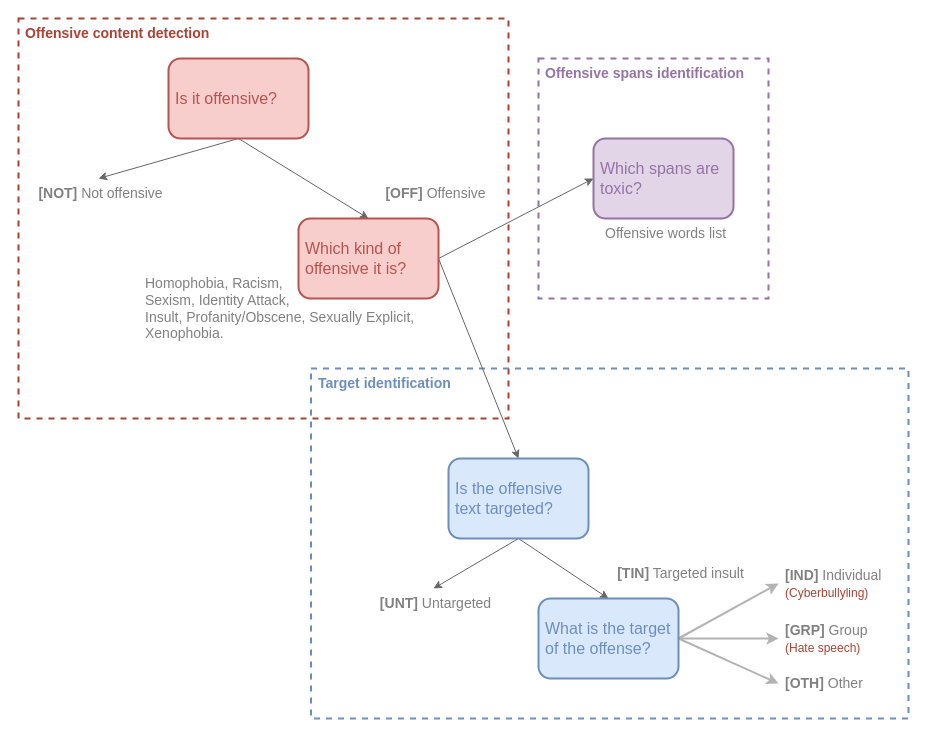
Earlier version of the draw.io diagram page "hierarchical_levels2" (2 of 3) of docs/diagrams/diagrams.drawio (DougTrajano/ToChiquinho). Source tidied: cells renumbered, new cells numbered last; positions are measured from the earlier drawing's top-left corner, leaving out a move shared by most shapes. Both pictures are drawn from the tidied source at 100%, with x=0, y=0 at pixel (18, 18).
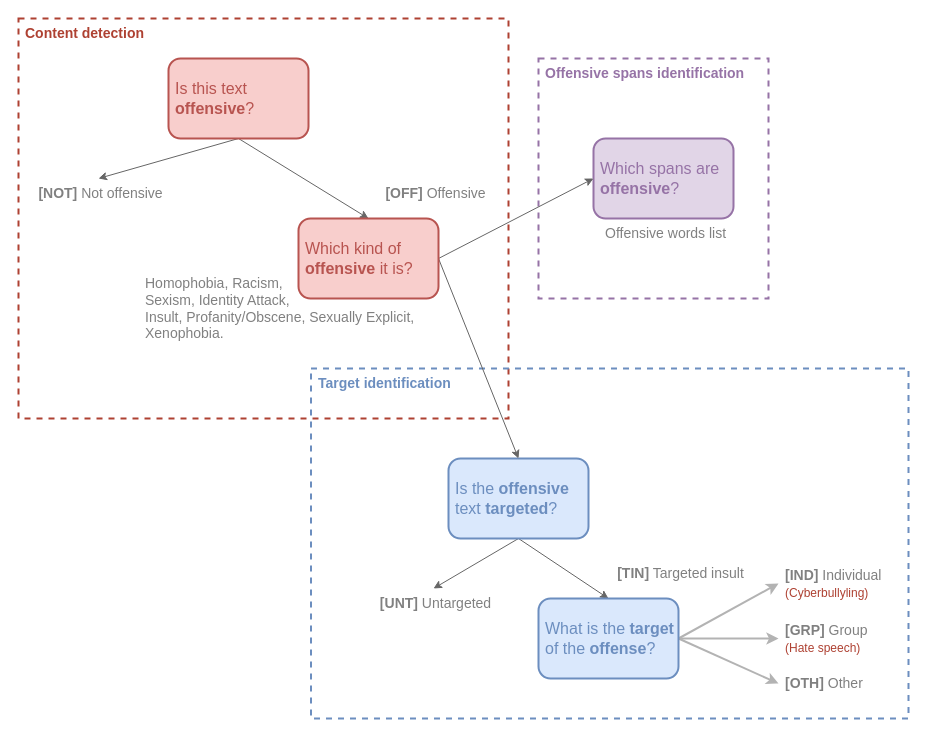
Above is the later version.

The edit, as a diff of the source:
```diff
@@
-    <mxCell id="3" value="Offensive content detection" style="rounded=0;whiteSpace=wrap;html=1;strokeColor=#ae4132;fillColor=none;verticalAlign=top;align=left;fontColor=#AE4132;strokeWidth=2;spacingLeft=5;fontSize=14;fontStyle=1;dashed=1;" parent="1" vertex="1">
+    <mxCell id="3" value="Content detection" style="rounded=0;whiteSpace=wrap;html=1;strokeColor=#ae4132;fillColor=none;verticalAlign=top;align=left;fontColor=#AE4132;strokeWidth=2;spacingLeft=5;fontSize=14;fontStyle=1;dashed=1;" parent="1" vertex="1">
       <mxGeometry width="490" height="400" as="geometry" />
     </mxCell>
@@
-    <mxCell id="7" value="Is it offensive?" style="rounded=1;whiteSpace=wrap;html=1;fillColor=#f8cecc;align=left;strokeColor=#b85450;strokeWidth=2;spacingLeft=5;fontSize=16;fontColor=#B85450;" parent="1" vertex="1">
+    <mxCell id="7" value="Is this text &lt;b&gt;offensive&lt;/b&gt;?" style="rounded=1;whiteSpace=wrap;html=1;fillColor=#f8cecc;align=left;strokeColor=#b85450;strokeWidth=2;spacingLeft=5;fontSize=16;fontColor=#B85450;" parent="1" vertex="1">
       <mxGeometry x="150" y="40" width="140" height="80" as="geometry" />
     </mxCell>
@@
-    <mxCell id="10" value="Is the offensive text targeted?" style="rounded=1;whiteSpace=wrap;html=1;fillColor=#dae8fc;align=left;strokeColor=#6c8ebf;strokeWidth=2;spacingLeft=5;fontSize=16;fontColor=#6C8EBF;" parent="1" vertex="1">
+    <mxCell id="10" value="Is the &lt;b&gt;offensive&lt;/b&gt; text &lt;b&gt;targeted&lt;/b&gt;?" style="rounded=1;whiteSpace=wrap;html=1;fillColor=#dae8fc;align=left;strokeColor=#6c8ebf;strokeWidth=2;spacingLeft=5;fontSize=16;fontColor=#6C8EBF;" parent="1" vertex="1">
       <mxGeometry x="430" y="440" width="140" height="80" as="geometry" />
     </mxCell>
@@
-    <mxCell id="14" value="What is the target of the offense?" style="rounded=1;whiteSpace=wrap;html=1;fillColor=#dae8fc;align=left;strokeColor=#6c8ebf;strokeWidth=2;spacingLeft=5;fontSize=16;fontColor=#6C8EBF;" parent="1" vertex="1">
+    <mxCell id="14" value="What is the &lt;b&gt;target&lt;/b&gt; of the &lt;b&gt;offense&lt;/b&gt;?" style="rounded=1;whiteSpace=wrap;html=1;fillColor=#dae8fc;align=left;strokeColor=#6c8ebf;strokeWidth=2;spacingLeft=5;fontSize=16;fontColor=#6C8EBF;" parent="1" vertex="1">
       <mxGeometry x="520" y="580" width="140" height="80" as="geometry" />
     </mxCell>
@@
-    <mxCell id="19" value="Which spans are toxic?" style="rounded=1;whiteSpace=wrap;html=1;fillColor=#e1d5e7;align=left;strokeColor=#9673a6;strokeWidth=2;spacingLeft=5;fontSize=16;fontColor=#9673A6;" parent="1" vertex="1">
+    <mxCell id="19" value="Which spans are &lt;b&gt;offensive&lt;/b&gt;?" style="rounded=1;whiteSpace=wrap;html=1;fillColor=#e1d5e7;align=left;strokeColor=#9673a6;strokeWidth=2;spacingLeft=5;fontSize=16;fontColor=#9673A6;" parent="1" vertex="1">
       <mxGeometry x="575" y="120" width="140" height="80" as="geometry" />
     </mxCell>
@@
-    <mxCell id="25" value="Which kind of offensive it is?" style="rounded=1;whiteSpace=wrap;html=1;fillColor=#f8cecc;align=left;strokeColor=#b85450;strokeWidth=2;spacingLeft=5;fontSize=16;fontColor=#B85450;" parent="1" vertex="1">
+    <mxCell id="25" value="Which kind of &lt;b&gt;offensive&lt;/b&gt; it is?" style="rounded=1;whiteSpace=wrap;html=1;fillColor=#f8cecc;align=left;strokeColor=#b85450;strokeWidth=2;spacingLeft=5;fontSize=16;fontColor=#B85450;" parent="1" vertex="1">
       <mxGeometry x="280" y="200" width="140" height="80" as="geometry" />
     </mxCell>
```
